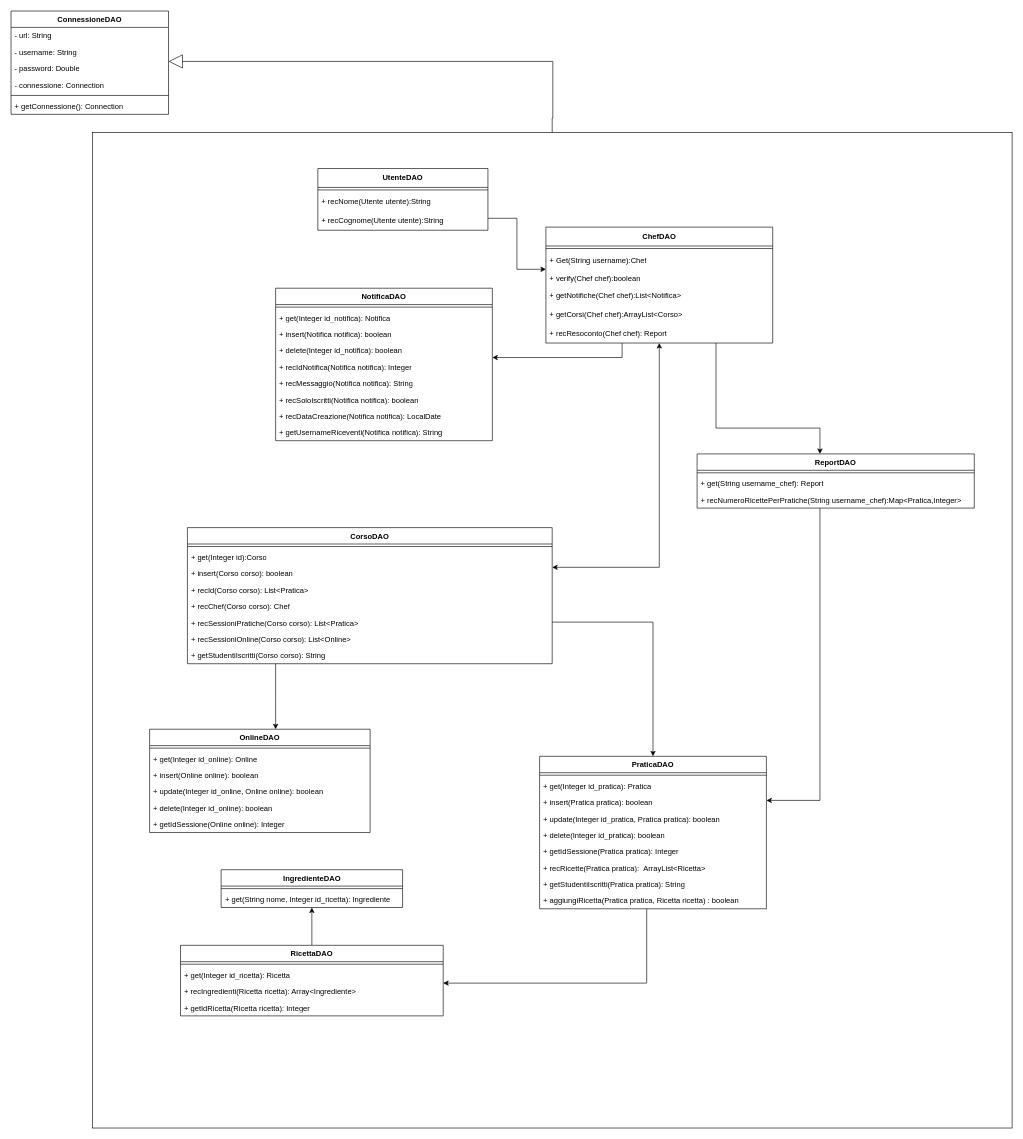
Before: page "dao" (2 of 3) of obj/uml/UML1.drawio in MetisWastaken/UninaFoodLab, a draw.io diagram. Source tidied: cells renumbered, new cells numbered last; positions are measured from the earlier drawing's top-left corner, leaving out a move shared by most shapes. Both pictures are drawn from the tidied source at 63%, with x=0, y=0 at pixel (11, 11).
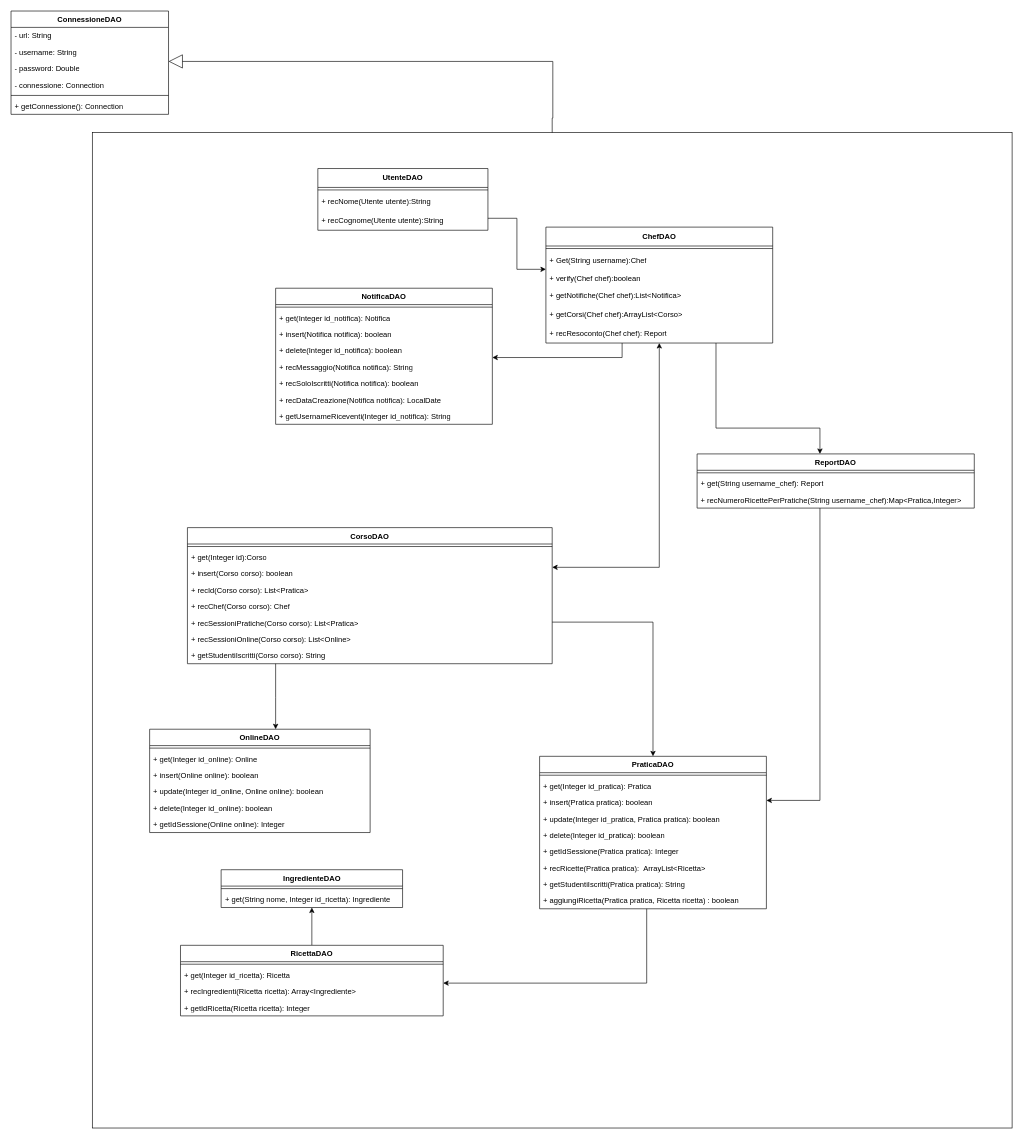
The same page after the edit.

What changed in the source:
```diff
@@
     <mxCell id="50" value="NotificaDAO" style="swimlane;align=center;verticalAlign=top;horizontal=1;startSize=26;whiteSpace=wrap;html=1;" parent="1" vertex="1">
-      <mxGeometry x="420" y="440" width="344" height="242" as="geometry" />
+      <mxGeometry x="420" y="440" width="344" height="216" as="geometry" />
     </mxCell>
@@
-    <mxCell id="55" value="+ recIdNotifica(Notifica notifica): Integer" style="text;strokeColor=none;fillColor=none;align=left;verticalAlign=top;spacingLeft=4;spacingRight=4;overflow=hidden;whiteSpace=wrap;html=1;" parent="50" vertex="1">
-      <mxGeometry y="112" width="344" height="26" as="geometry" />
-    </mxCell>
     <mxCell id="56" value="+ recMessaggio(Notifica notifica): String" style="text;strokeColor=none;fillColor=none;align=left;verticalAlign=top;spacingLeft=4;spacingRight=4;overflow=hidden;whiteSpace=wrap;html=1;" parent="50" vertex="1">
-      <mxGeometry y="138" width="344" height="26" as="geometry" />
+      <mxGeometry y="112" width="344" height="26" as="geometry" />
     </mxCell>
     <mxCell id="57" value="+ recSoloIscritti(Notifica notifica): boolean" style="text;strokeColor=none;fillColor=none;align=left;verticalAlign=top;spacingLeft=4;spacingRight=4;overflow=hidden;whiteSpace=wrap;html=1;" parent="50" vertex="1">
-      <mxGeometry y="164" width="344" height="26" as="geometry" />
+      <mxGeometry y="138" width="344" height="26" as="geometry" />
     </mxCell>
     <mxCell id="58" value="+ recDataCreazione(Notifica notifica): LocalDate" style="text;strokeColor=none;fillColor=none;align=left;verticalAlign=top;spacingLeft=4;spacingRight=4;overflow=hidden;whiteSpace=wrap;html=1;" parent="50" vertex="1">
-      <mxGeometry y="190" width="344" height="26" as="geometry" />
+      <mxGeometry y="164" width="344" height="26" as="geometry" />
     </mxCell>
-    <mxCell id="59" value="+ getUsernameRiceventi(Notifica notifica): String" style="text;strokeColor=none;fillColor=none;align=left;verticalAlign=top;spacingLeft=4;spacingRight=4;overflow=hidden;whiteSpace=wrap;html=1;" parent="50" vertex="1">
-      <mxGeometry y="216" width="344" height="26" as="geometry" />
+    <mxCell id="59" value="+ getUsernameRiceventi(Integer id_notifica): String" style="text;strokeColor=none;fillColor=none;align=left;verticalAlign=top;spacingLeft=4;spacingRight=4;overflow=hidden;whiteSpace=wrap;html=1;" parent="50" vertex="1">
+      <mxGeometry y="190" width="344" height="26" as="geometry" />
     </mxCell>
```
